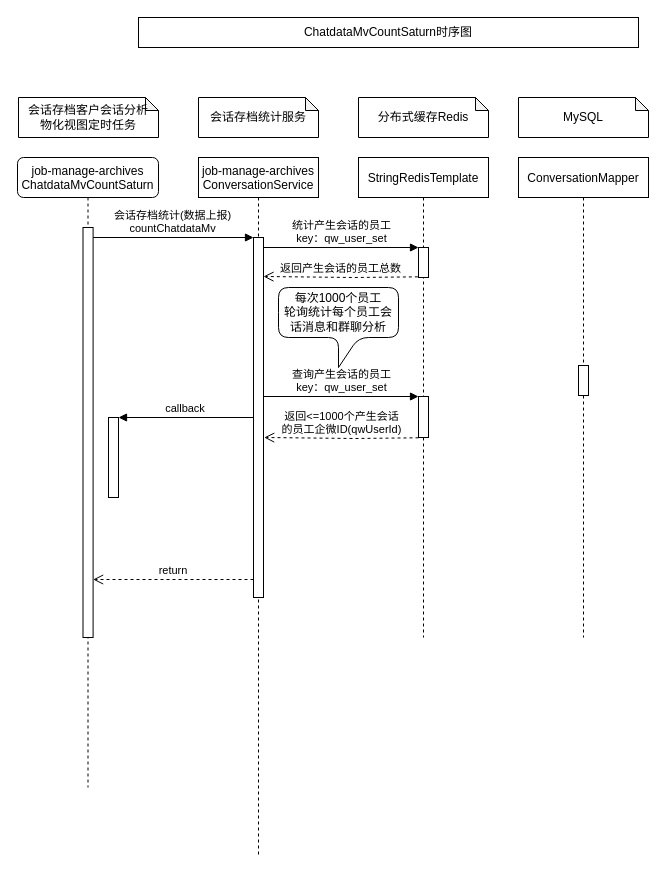
Earlier version of the draw.io diagram ChatdataMvCountSaturn时序图.drawio (wpbxin/diagrams). Source tidied: cells renumbered, new cells numbered last; positions are measured from the earlier drawing's top-left corner, leaving out a move shared by most shapes. Both pictures are drawn from the tidied source at 100%, with x=0, y=0 at pixel (17, 17).
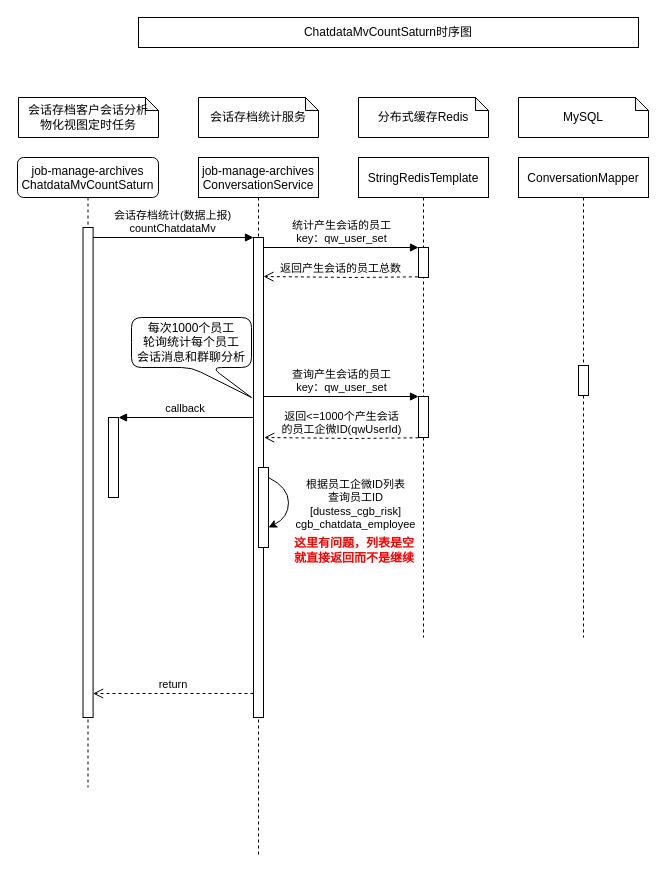
The same diagram, later.

The change refers to these unchanged cells:
```xml
<mxCell id="2" value="job-manage-archives&#10;ConversationService" style="shape=umlLifeline;perimeter=lifelinePerimeter;rounded=0;shadow=0;strokeWidth=1;" parent="1" vertex="1">
  <mxGeometry x="181" y="140" width="120" height="700" as="geometry" />
</mxCell>
<mxCell id="12" value="StringRedisTemplate" style="shape=umlLifeline;perimeter=lifelinePerimeter;rounded=0;shadow=0;strokeWidth=1;" parent="1" vertex="1">
  <mxGeometry x="341" y="140" width="130" height="480" as="geometry" />
</mxCell>
<mxCell id="18" style="group;" parent="1" vertex="1">
  <mxGeometry y="140" width="141" height="630" as="geometry" />
</mxCell>
```

The edit, as a diff of the source:
```diff
@@
     <mxCell id="3" style="points=[];perimeter=orthogonalPerimeter;rounded=0;shadow=0;strokeWidth=1;" parent="2" vertex="1">
-      <mxGeometry x="55" y="80" width="10" height="360" as="geometry" />
+      <mxGeometry x="55" y="80" width="10" height="480" as="geometry" />
     </mxCell>
-    <mxCell id="4" value="每次1000个员工&lt;br&gt;轮询统计每个员工会话消息和群聊分析" style="shape=callout;whiteSpace=wrap;html=1;perimeter=calloutPerimeter;rounded=1;" parent="2" vertex="1">
-      <mxGeometry x="80" y="130" width="120" height="80" as="geometry" />
-    </mxCell>
+    <mxCell id="26" style="perimeter=orthogonalPerimeter;rounded=0;shadow=0;strokeWidth=1;" parent="2" vertex="1">
+      <mxGeometry x="60" y="310" width="10" height="80" as="geometry" />
+    </mxCell>
@@
+    <mxCell id="27" value="&lt;b&gt;&lt;font color=&quot;#ff0000&quot;&gt;这里有问题，列表是空就直接返回而不是继续&lt;/font&gt;&lt;/b&gt;" style="text;html=1;strokeColor=none;fillColor=none;align=center;verticalAlign=middle;whiteSpace=wrap;rounded=0;" parent="12" vertex="1">
+      <mxGeometry x="-69" y="378" width="130" height="30" as="geometry" />
+    </mxCell>
@@
     <mxCell id="20" style="points=[];perimeter=orthogonalPerimeter;rounded=0;shadow=0;strokeWidth=1;" parent="18" vertex="1">
-      <mxGeometry x="65.5" y="70" width="10.1" height="410" as="geometry" />
+      <mxGeometry x="65.5" y="70" width="10.1" height="490" as="geometry" />
     </mxCell>
@@
+    <mxCell id="28" style="curved=1;endArrow=classic;html=1;rounded=0;" parent="1" edge="1">
+      <mxGeometry relative="1" as="geometry">
+        <mxPoint x="251" y="460" as="sourcePoint" />
+        <mxPoint x="251" y="510" as="targetPoint" />
+        <Array as="points">
+          <mxPoint x="271" y="470" />
+          <mxPoint x="271" y="500" />
+        </Array>
+      </mxGeometry>
+    </mxCell>
+    <mxCell id="29" value="根据员工企微ID列表&lt;br&gt;查询员工ID&lt;br&gt;[dustess_cgb_risk]&lt;br&gt;cgb_chatdata_employee" style="edgeLabel;html=1;align=center;verticalAlign=middle;" parent="28" vertex="1">
+      <mxGeometry x="-0.06" y="-3" relative="1" as="geometry">
+        <mxPoint x="69" y="4" as="offset" />
+      </mxGeometry>
+    </mxCell>
+    <mxCell id="4" value="每次1000个员工&lt;br&gt;轮询统计每个员工&lt;br&gt;会话消息和群聊分析" style="shape=callout;whiteSpace=wrap;html=1;perimeter=calloutPerimeter;rounded=1;position2=1;" parent="1" vertex="1">
+      <mxGeometry x="114" y="300" width="120" height="80" as="geometry" />
+    </mxCell>
```
